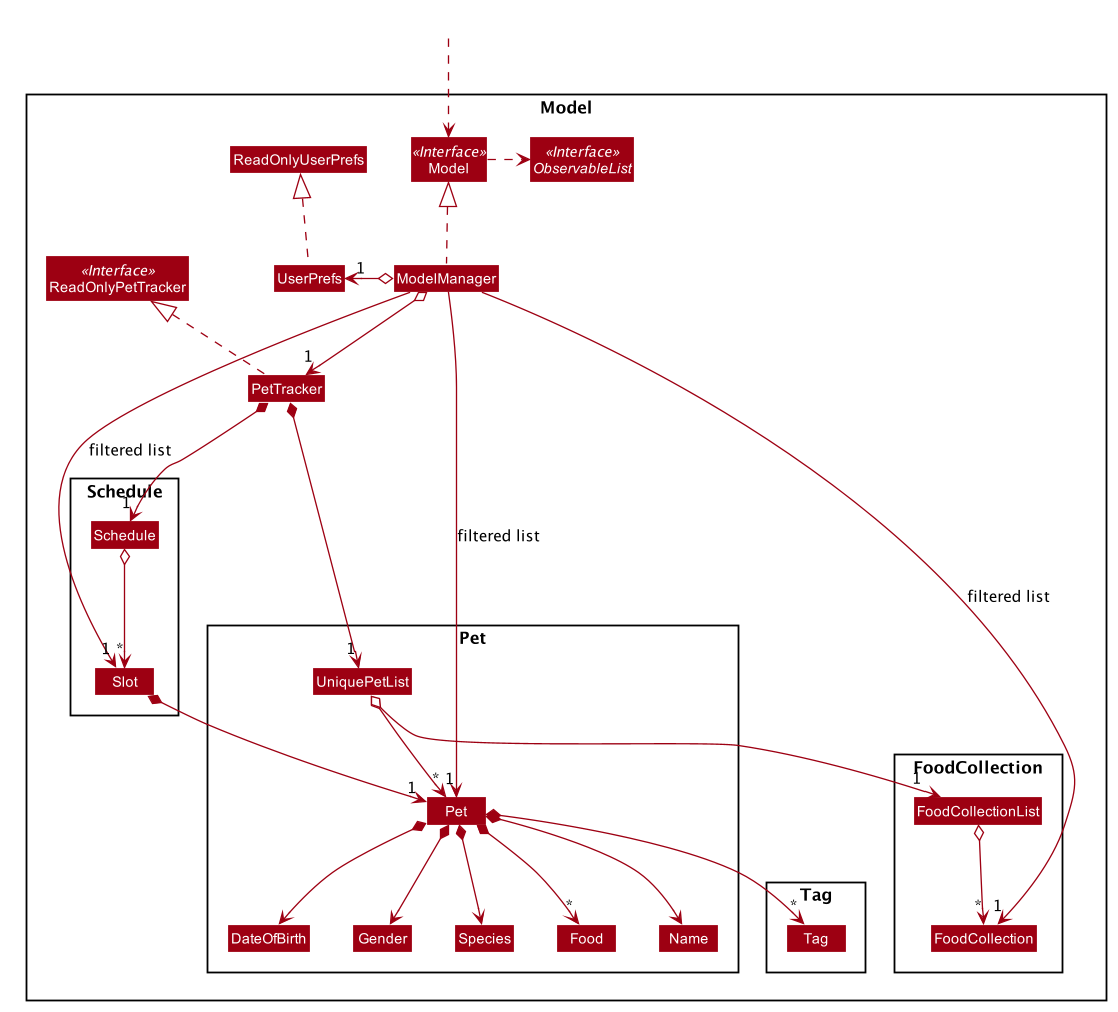
The PlantUML diagram images/ModelClassDiagram.png in AY1920S2-CS2103-W15-4/main, before a commit.
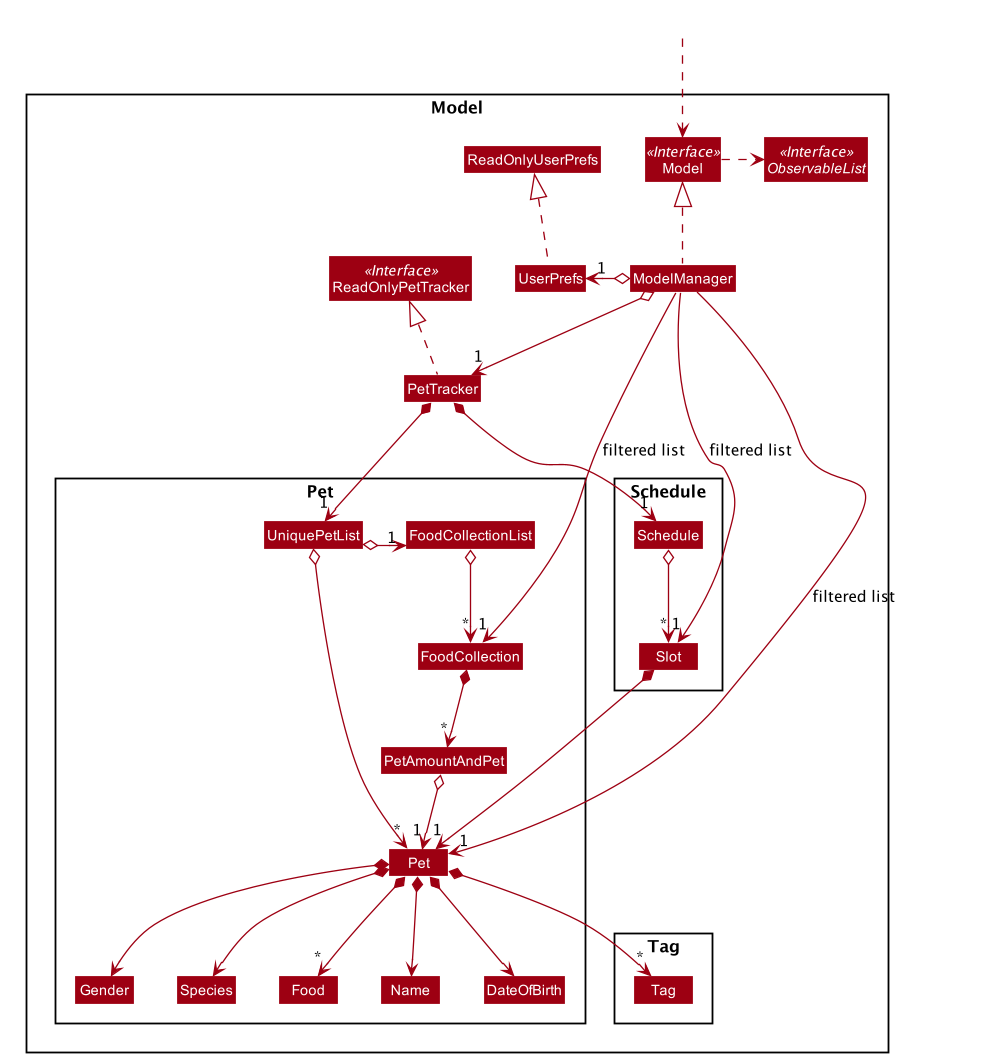
The same file after the commit.

Diff of the diagram source:
```diff
@@ -70,16 +70,14 @@
 Class Name
 Class Species
 Class UniquePetList
+Class FoodCollection
+Class FoodCollectionList
+Class PetAmountAndPet
 }
 
 Package Schedule {
 Class Schedule
 Class Slot
-}
-
-Package FoodCollection {
-Class FoodCollection
-Class FoodCollectionList
 }
 
 Package Tag {
@@ -102,6 +100,10 @@
 UniquePetList o--> "*" Pet
 UniquePetList o--> "1" FoodCollectionList
 FoodCollectionList o--> "*" FoodCollection
+FoodCollection *--> "*" PetAmountAndPet
+PetAmountAndPet o--> "1" Pet
+UniquePetList -[hidden]right> FoodCollectionList
+
 Pet *--> Name
 Pet *--> Species
 Pet *--> DateOfBirth
```
